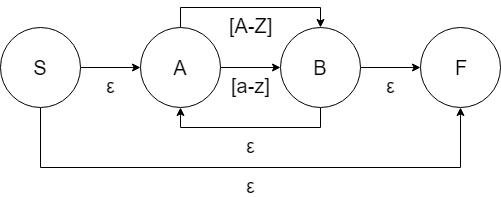
The draw.io diagram scanner/image/nfa_word.png in Orb-H/PLCOMP_Assignment, before a commit. Source tidied: cells renumbered, new cells last; positions are measured from the earlier drawing's top-left corner, leaving out a move shared by most shapes.
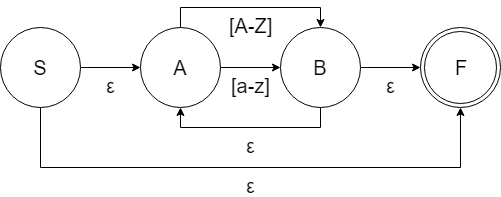
The same file after the commit.

The edit, as a diff of the source:
```diff
@@ -25,7 +25,7 @@
     <mxCell id="7" value="A" style="ellipse;whiteSpace=wrap;html=1;fontSize=20;" parent="1" vertex="1">
       <mxGeometry x="140" width="80" height="80" as="geometry" />
     </mxCell>
-    <mxCell id="8" value="ε" style="edgeStyle=orthogonalEdgeStyle;rounded=0;jettySize=auto;html=1;exitX=1;exitY=0.5;exitDx=0;exitDy=0;fontSize=20;labelPosition=center;verticalLabelPosition=bottom;align=center;verticalAlign=top;" parent="1" edge="1" source="10" target="11">
+    <mxCell id="8" value="ε" style="edgeStyle=orthogonalEdgeStyle;rounded=0;jettySize=auto;html=1;exitX=1;exitY=0.5;exitDx=0;exitDy=0;fontSize=20;labelPosition=center;verticalLabelPosition=bottom;align=center;verticalAlign=top;entryX=0;entryY=0.5;entryDx=0;entryDy=0;" parent="1" edge="1" source="10" target="11">
       <mxGeometry relative="1" as="geometry" />
     </mxCell>
     <mxCell id="9" value="ε" style="edgeStyle=orthogonalEdgeStyle;rounded=0;jettySize=auto;html=1;exitX=0.5;exitY=1;exitDx=0;exitDy=0;entryX=0.5;entryY=1;entryDx=0;entryDy=0;fontSize=20;labelPosition=center;verticalLabelPosition=bottom;align=center;verticalAlign=top;" parent="1" edge="1" source="10" target="7">
@@ -34,7 +34,7 @@
     <mxCell id="10" value="B" style="ellipse;whiteSpace=wrap;html=1;fontSize=20;" parent="1" vertex="1">
       <mxGeometry x="280" width="80" height="80" as="geometry" />
     </mxCell>
-    <mxCell id="11" value="F" style="ellipse;whiteSpace=wrap;html=1;fontSize=20;" parent="1" vertex="1">
+    <mxCell id="11" value="F" style="ellipse;shape=doubleEllipse;whiteSpace=wrap;html=1;fontSize=20;" parent="1" vertex="1">
       <mxGeometry x="420" width="80" height="80" as="geometry" />
     </mxCell>
   </root>
```
